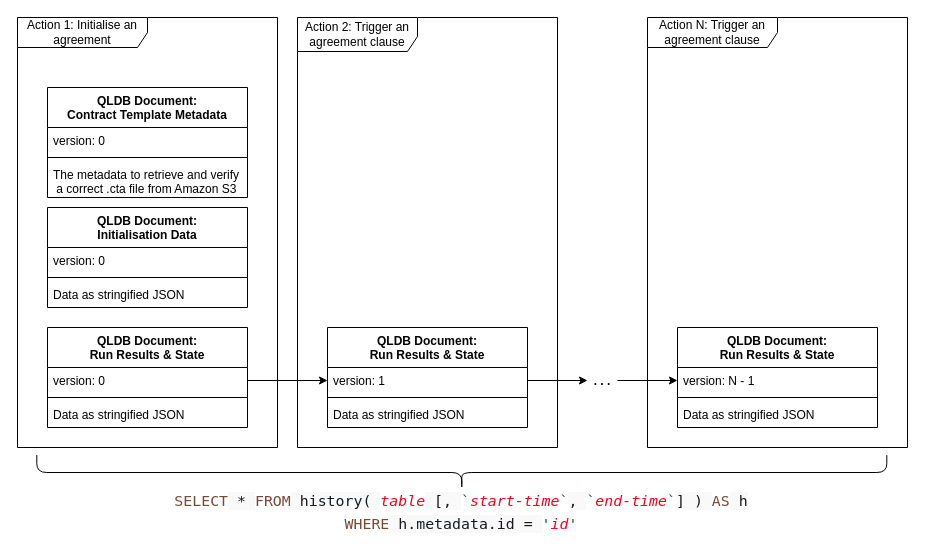
This is page "Blog: Agreement data model" (8 of 10) of docs/Architecture.drawio from accordproject/aws-qldb-lambda, a draw.io file, before an edit. Source tidied: cells renumbered, new cells numbered last; positions are measured from the earlier drawing's top-left corner, leaving out a move shared by most shapes. Both pictures are drawn from the tidied source at 100%, with x=0, y=0 at pixel (17, 17).
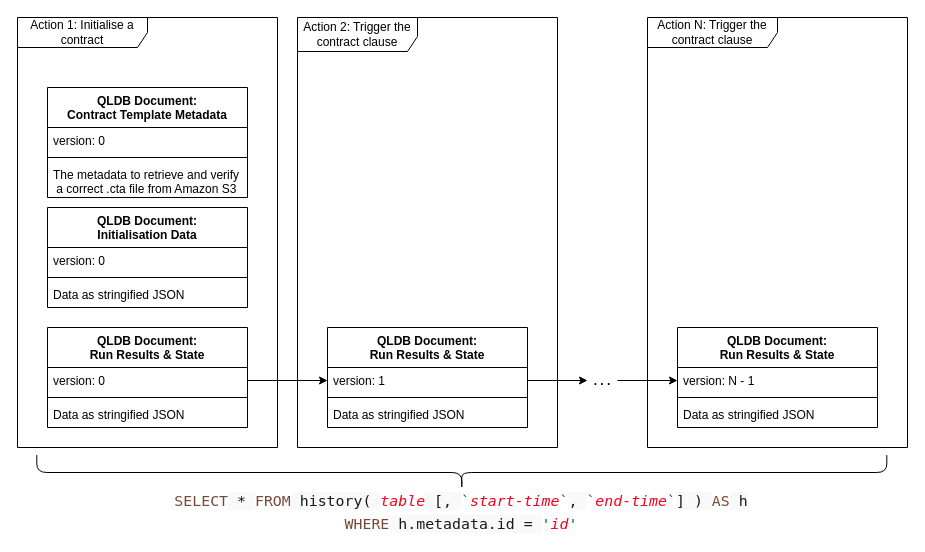
The same page after the edit.

What changed in the source:
```diff
@@
-    <mxCell id="2" value="Action 1: Initialise an agreement" style="shape=umlFrame;whiteSpace=wrap;html=1;strokeColor=#000000;width=130;height=30;" parent="1" vertex="1">
+    <mxCell id="2" value="Action 1: Initialise a contract" style="shape=umlFrame;whiteSpace=wrap;html=1;strokeColor=#000000;width=130;height=30;" parent="1" vertex="1">
       <mxGeometry width="260" height="430" as="geometry" />
     </mxCell>
@@
-    <mxCell id="15" value="Action 2: Trigger an agreement clause" style="shape=umlFrame;whiteSpace=wrap;html=1;strokeColor=#000000;width=120;height=34;" parent="1" vertex="1">
+    <mxCell id="15" value="Action 2: Trigger the contract clause" style="shape=umlFrame;whiteSpace=wrap;html=1;strokeColor=#000000;width=120;height=34;" parent="1" vertex="1">
       <mxGeometry x="280" width="260" height="430" as="geometry" />
     </mxCell>
@@
-    <mxCell id="20" value="Action N: Trigger an agreement clause" style="shape=umlFrame;whiteSpace=wrap;html=1;strokeColor=#000000;width=130;height=30;" parent="1" vertex="1">
+    <mxCell id="20" value="Action N: Trigger the contract clause" style="shape=umlFrame;whiteSpace=wrap;html=1;strokeColor=#000000;width=130;height=30;" parent="1" vertex="1">
       <mxGeometry x="630" width="260" height="430" as="geometry" />
     </mxCell>
```
